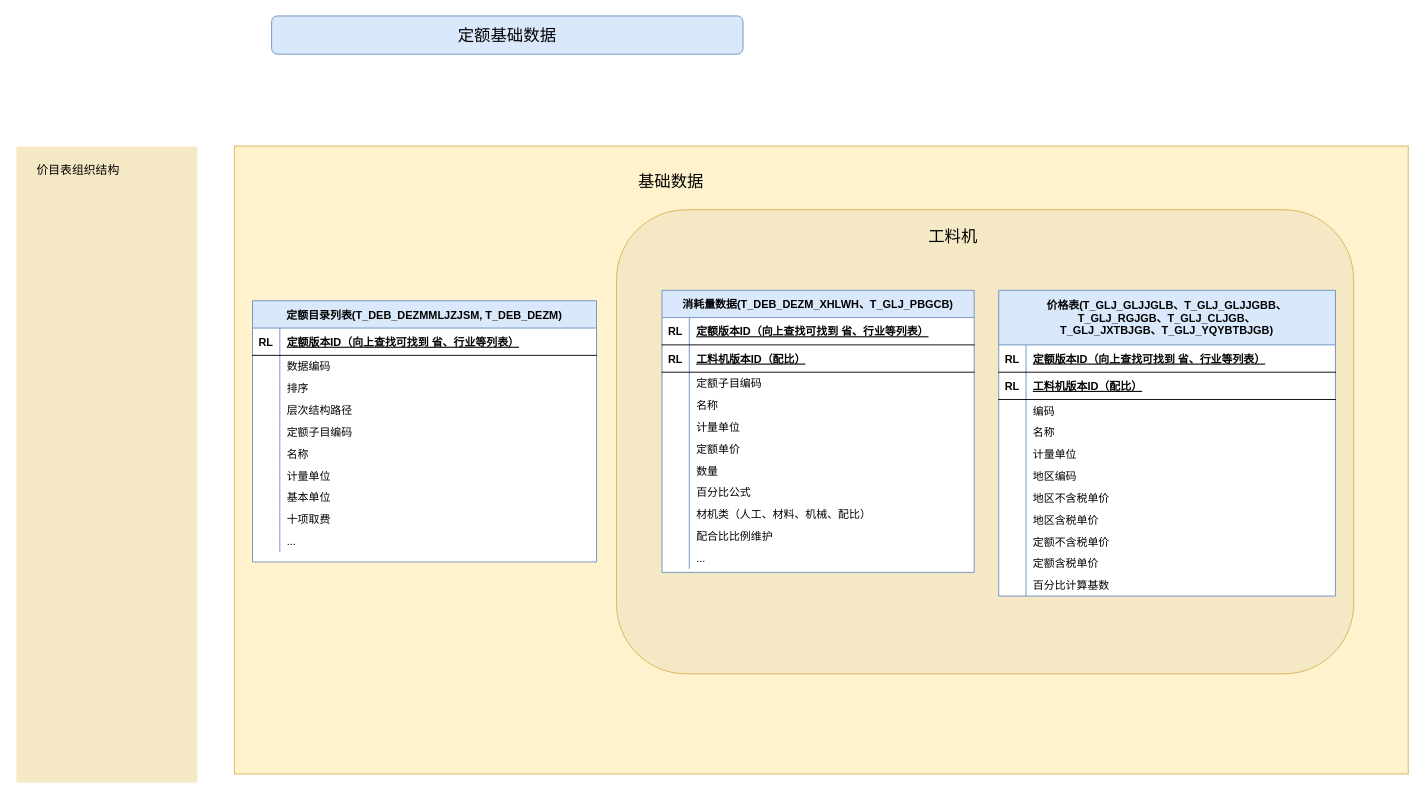
Earlier version of the draw.io diagram 定额基础数据组织.drawio (gengzx/keep). Source tidied: cells renumbered, new cells numbered last; positions are measured from the earlier drawing's top-left corner, leaving out a move shared by most shapes. Both pictures are drawn from the tidied source at 91%, with x=0, y=0 at pixel (15, 15).
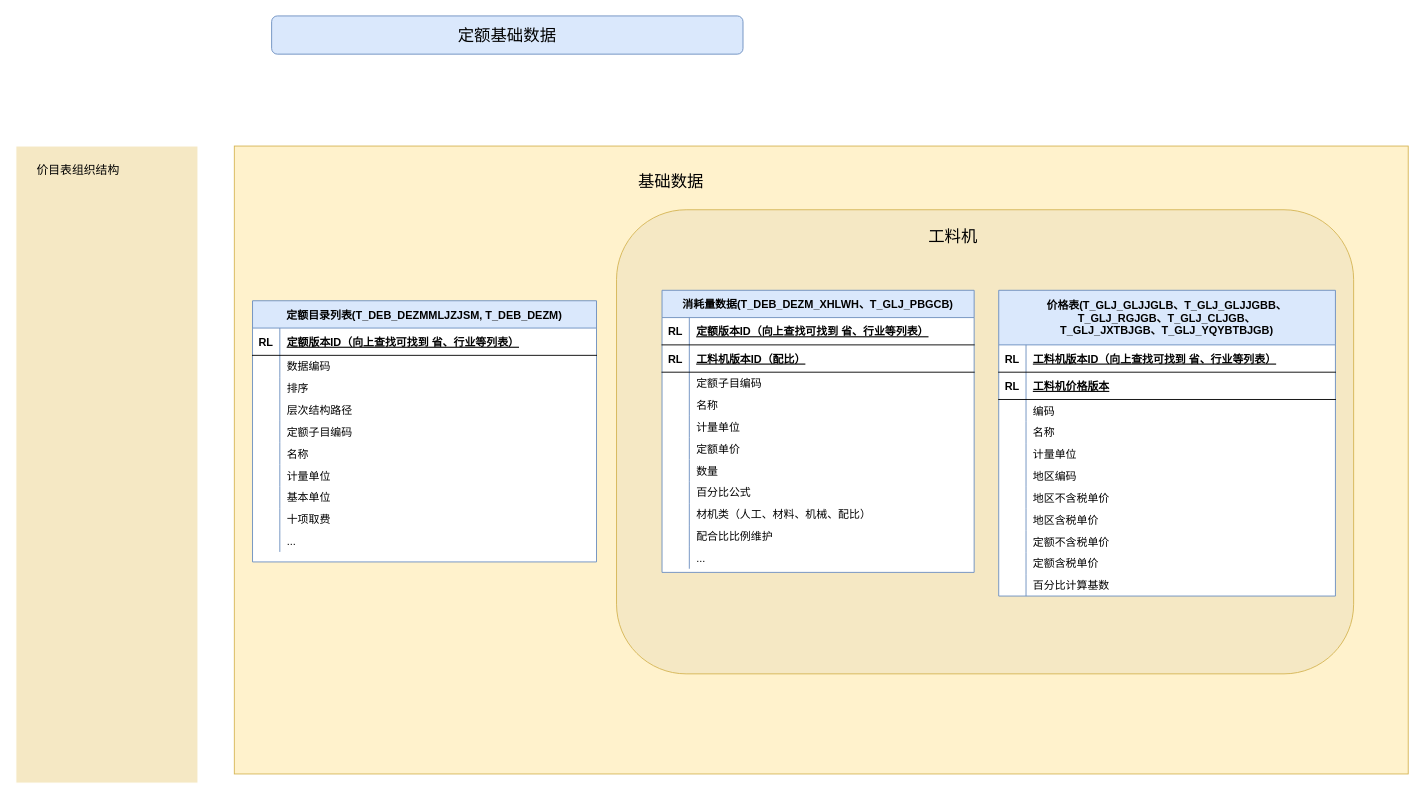
Above is the later version.

Commit message (it also covers changes not shown here):
更新定额基础数据组织.drawio

The change refers to these unchanged cells:
```xml
<mxCell id="73" style="shape=partialRectangle;fillColor=none;top=0;left=0;bottom=1;right=0;" parent="72" vertex="1">
  <mxGeometry y="60" width="370" height="30" as="geometry" />
</mxCell>
<mxCell id="76" style="shape=partialRectangle;fillColor=none;top=0;left=0;bottom=1;right=0;" parent="72" vertex="1">
  <mxGeometry y="90" width="370" height="30" as="geometry" />
</mxCell>
```

Change to the diagram source:
```diff
@@
-    <mxCell id="75" value="定额版本ID（向上查找可找到 省、行业等列表）" style="shape=partialRectangle;fillColor=none;top=0;left=0;bottom=0;right=0;align=left;spacingLeft=6;fontStyle=5;overflow=hidden;" parent="73" vertex="1">
+    <mxCell id="75" value="工料机版本ID（向上查找可找到 省、行业等列表）" style="shape=partialRectangle;fillColor=none;top=0;left=0;bottom=0;right=0;align=left;spacingLeft=6;fontStyle=5;overflow=hidden;" parent="73" vertex="1">
       <mxGeometry x="30" width="340" height="30" as="geometry" />
     </mxCell>
@@
-    <mxCell id="78" value="工料机版本ID（配比）" style="shape=partialRectangle;fillColor=none;top=0;left=0;bottom=0;right=0;align=left;spacingLeft=6;fontStyle=5;overflow=hidden;" parent="76" vertex="1">
+    <mxCell id="78" value="工料机价格版本" style="shape=partialRectangle;fillColor=none;top=0;left=0;bottom=0;right=0;align=left;spacingLeft=6;fontStyle=5;overflow=hidden;" parent="76" vertex="1">
       <mxGeometry x="30" width="340" height="30" as="geometry" />
     </mxCell>
```
